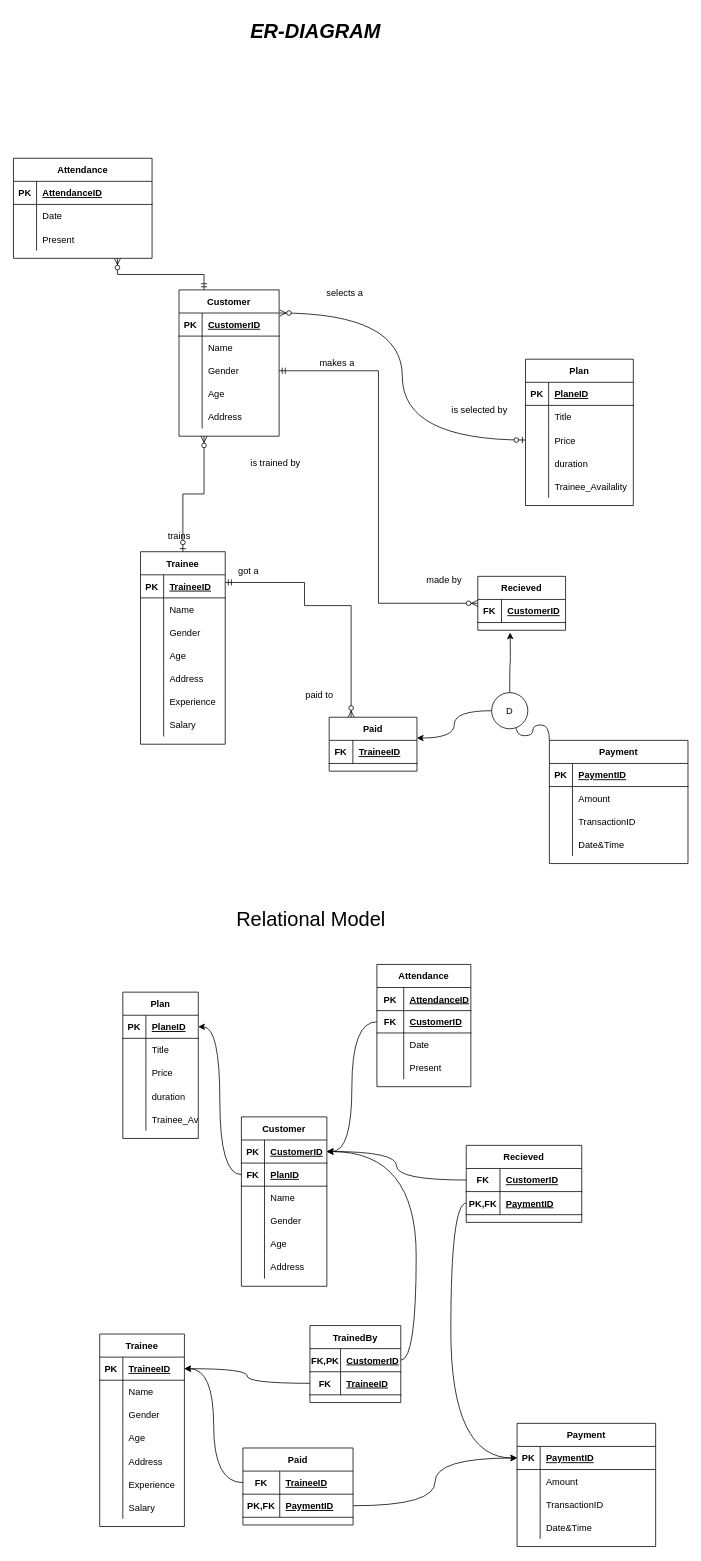
Earlier version of the draw.io diagram GYM-MANAGEMENT.drawio (Vishnu-yes-i-am/lapuchand). Source tidied: cells renumbered, new cells numbered last; positions are measured from the earlier drawing's top-left corner, leaving out a move shared by most shapes. Both pictures are drawn from the tidied source at 77%, with x=0, y=0 at pixel (13, 13).
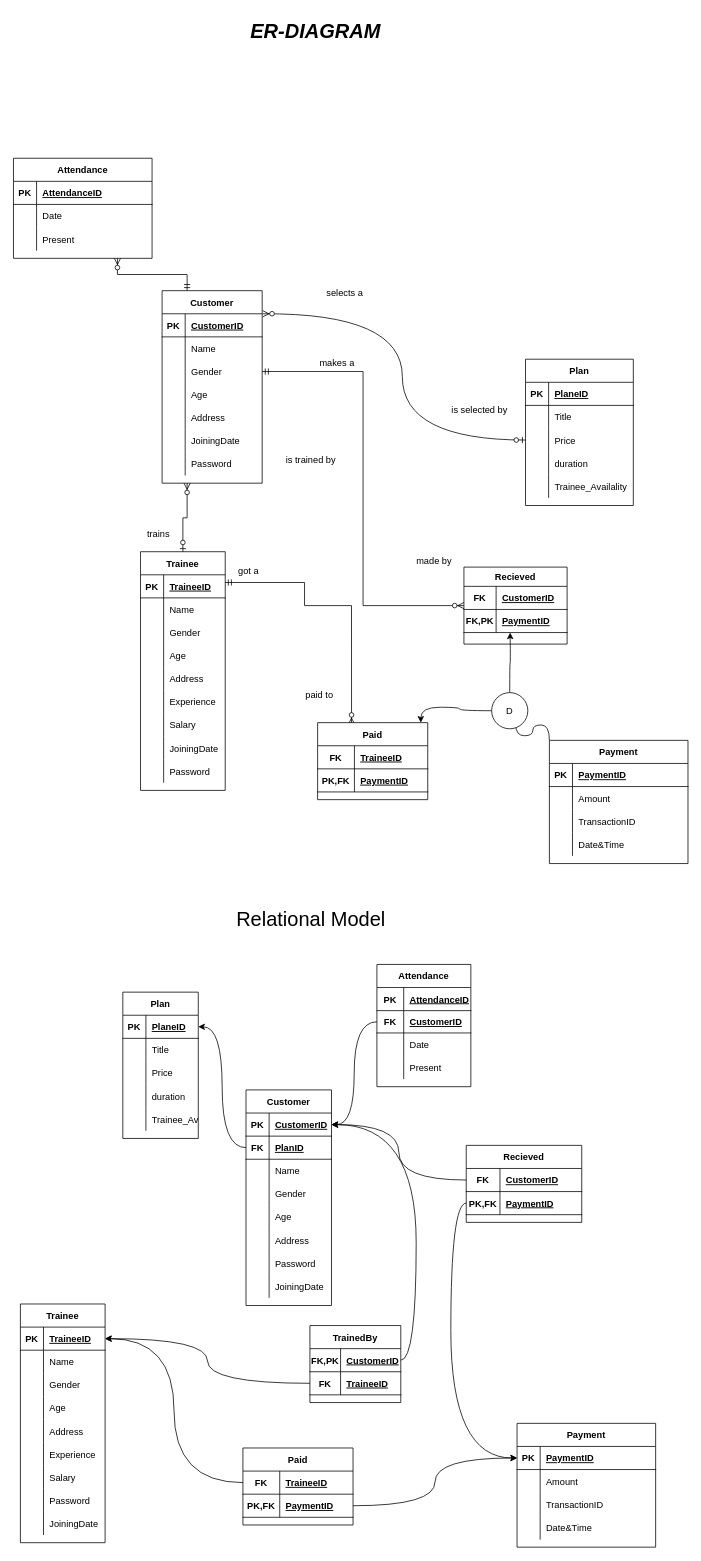
The same diagram, later.

Unchanged cells that the change refers to:
```xml
<mxCell id="161" value="D" style="ellipse;whiteSpace=wrap;html=1;rounded=0;" parent="1" vertex="1">
  <mxGeometry x="621" y="882" width="47" height="47" as="geometry" />
</mxCell>
```

What changed in the source:
```diff
@@
     <mxCell id="3" value="Customer" style="shape=table;startSize=30;childLayout=tableLayout;rowLines=0;fontStyle=1;align=center;" parent="1" vertex="1">
-      <mxGeometry x="215" y="359" width="130" height="190" as="geometry" />
+      <mxGeometry x="193" y="360" width="130" height="250" as="geometry" />
     </mxCell>
@@
+    <mxCell id="219" style="shape=tableRow;horizontal=0;startSize=0;swimlaneHead=0;swimlaneBody=0;fillColor=none;top=0;left=0;right=0;bottom=0;" parent="3" vertex="1">
+      <mxGeometry y="150" width="130" height="30" as="geometry" />
+    </mxCell>
+    <mxCell id="220" style="shape=partialRectangle;fillColor=none;top=0;left=0;bottom=0;right=0;overflow=hidden;" parent="219" vertex="1">
+      <mxGeometry width="30" height="30" as="geometry" />
+    </mxCell>
+    <mxCell id="221" value="Address" style="shape=partialRectangle;fillColor=none;top=0;left=0;bottom=0;right=0;align=left;spacingLeft=6;overflow=hidden;" parent="219" vertex="1">
+      <mxGeometry x="30" width="100" height="30" as="geometry" />
+    </mxCell>
+    <mxCell id="222" style="shape=tableRow;horizontal=0;startSize=0;swimlaneHead=0;swimlaneBody=0;fillColor=none;top=0;left=0;right=0;bottom=0;" parent="3" vertex="1">
+      <mxGeometry y="180" width="130" height="30" as="geometry" />
+    </mxCell>
+    <mxCell id="223" style="shape=partialRectangle;fillColor=none;top=0;left=0;bottom=0;right=0;overflow=hidden;" parent="222" vertex="1">
+      <mxGeometry width="30" height="30" as="geometry" />
+    </mxCell>
+    <mxCell id="224" value="JoiningDate" style="shape=partialRectangle;fillColor=none;top=0;left=0;bottom=0;right=0;align=left;spacingLeft=6;overflow=hidden;" parent="222" vertex="1">
+      <mxGeometry x="30" width="100" height="30" as="geometry" />
+    </mxCell>
     <mxCell id="16" style="shape=tableRow;horizontal=0;startSize=0;swimlaneHead=0;swimlaneBody=0;fillColor=none;top=0;left=0;right=0;bottom=0;" parent="3" vertex="1">
-      <mxGeometry y="150" width="130" height="30" as="geometry" />
+      <mxGeometry y="210" width="130" height="30" as="geometry" />
     </mxCell>
@@
-    <mxCell id="18" value="Address" style="shape=partialRectangle;fillColor=none;top=0;left=0;bottom=0;right=0;align=left;spacingLeft=6;overflow=hidden;" parent="16" vertex="1">
+    <mxCell id="18" value="Password" style="shape=partialRectangle;fillColor=none;top=0;left=0;bottom=0;right=0;align=left;spacingLeft=6;overflow=hidden;" parent="16" vertex="1">
       <mxGeometry x="30" width="100" height="30" as="geometry" />
     </mxCell>
@@
     <mxCell id="35" value="Trainee" style="shape=table;startSize=30;childLayout=tableLayout;rowLines=0;fontStyle=1;align=center;" parent="1" vertex="1">
-      <mxGeometry x="165" y="699" width="110" height="250" as="geometry" />
+      <mxGeometry x="165" y="699" width="110" height="310" as="geometry" />
     </mxCell>
@@
+    <mxCell id="225" style="shape=tableRow;horizontal=0;startSize=0;swimlaneHead=0;swimlaneBody=0;fillColor=none;top=0;left=0;right=0;bottom=0;" parent="35" vertex="1">
+      <mxGeometry y="210" width="110" height="30" as="geometry" />
+    </mxCell>
+    <mxCell id="226" style="shape=partialRectangle;fillColor=none;top=0;left=0;bottom=0;right=0;overflow=hidden;" parent="225" vertex="1">
+      <mxGeometry width="30" height="30" as="geometry" />
+    </mxCell>
+    <mxCell id="227" value="Salary" style="shape=partialRectangle;fillColor=none;top=0;left=0;bottom=0;right=0;align=left;spacingLeft=6;overflow=hidden;" parent="225" vertex="1">
+      <mxGeometry x="30" width="80" height="30" as="geometry" />
+    </mxCell>
+    <mxCell id="228" style="shape=tableRow;horizontal=0;startSize=0;swimlaneHead=0;swimlaneBody=0;fillColor=none;top=0;left=0;right=0;bottom=0;" parent="35" vertex="1">
+      <mxGeometry y="240" width="110" height="30" as="geometry" />
+    </mxCell>
+    <mxCell id="229" style="shape=partialRectangle;fillColor=none;top=0;left=0;bottom=0;right=0;overflow=hidden;" parent="228" vertex="1">
+      <mxGeometry width="30" height="30" as="geometry" />
+    </mxCell>
+    <mxCell id="230" value="JoiningDate" style="shape=partialRectangle;fillColor=none;top=0;left=0;bottom=0;right=0;align=left;spacingLeft=6;overflow=hidden;" parent="228" vertex="1">
+      <mxGeometry x="30" width="80" height="30" as="geometry" />
+    </mxCell>
     <mxCell id="54" style="shape=tableRow;horizontal=0;startSize=0;swimlaneHead=0;swimlaneBody=0;fillColor=none;top=0;left=0;right=0;bottom=0;" parent="35" vertex="1">
-      <mxGeometry y="210" width="110" height="30" as="geometry" />
+      <mxGeometry y="270" width="110" height="30" as="geometry" />
     </mxCell>
@@
-    <mxCell id="56" value="Salary" style="shape=partialRectangle;fillColor=none;top=0;left=0;bottom=0;right=0;align=left;spacingLeft=6;overflow=hidden;" parent="54" vertex="1">
+    <mxCell id="56" value="Password" style="shape=partialRectangle;fillColor=none;top=0;left=0;bottom=0;right=0;align=left;spacingLeft=6;overflow=hidden;" parent="54" vertex="1">
       <mxGeometry x="30" width="80" height="30" as="geometry" />
     </mxCell>
@@
     <mxCell id="61" value="trains" style="text;html=1;align=center;verticalAlign=middle;strokeColor=none;fillColor=none;" parent="1" vertex="1">
-      <mxGeometry x="190" y="664" width="50" height="30" as="geometry" />
+      <mxGeometry x="163" y="661" width="50" height="30" as="geometry" />
     </mxCell>
     <mxCell id="62" value="is trained by" style="text;html=1;align=center;verticalAlign=middle;strokeColor=none;fillColor=none;" parent="1" vertex="1">
-      <mxGeometry x="295" y="569" width="90" height="30" as="geometry" />
+      <mxGeometry x="340.5" y="565" width="90" height="30" as="geometry" />
     </mxCell>
@@
-    <mxCell id="79" style="edgeStyle=orthogonalEdgeStyle;fontSize=12;html=1;endArrow=ERzeroToMany;startArrow=ERmandOne;rounded=0;elbow=vertical;exitX=1;exitY=0.5;exitDx=0;exitDy=0;entryX=0.25;entryY=0;entryDx=0;entryDy=0;" parent="1" edge="1" target="155">
+    <mxCell id="79" style="edgeStyle=orthogonalEdgeStyle;fontSize=12;html=1;endArrow=ERzeroToMany;startArrow=ERmandOne;rounded=0;elbow=vertical;exitX=1;exitY=0.5;exitDx=0;exitDy=0;entryX=0.308;entryY=0.02;entryDx=0;entryDy=0;entryPerimeter=0;" parent="1" edge="1" target="155">
       <mxGeometry relative="1" as="geometry">
         <mxPoint x="275" y="739" as="sourcePoint" />
         <Array as="points">
           <mxPoint x="378" y="739" />
           <mxPoint x="378" y="769" />
           <mxPoint x="439" y="769" />
         </Array>
       </mxGeometry>
     </mxCell>
@@
     <mxCell id="82" value="made by" style="text;html=1;align=center;verticalAlign=middle;strokeColor=none;fillColor=none;" parent="1" vertex="1">
-      <mxGeometry x="524" y="721" width="70" height="30" as="geometry" />
+      <mxGeometry x="511" y="697" width="70" height="30" as="geometry" />
     </mxCell>
@@
     <mxCell id="94" value="Customer" style="shape=table;startSize=30;childLayout=tableLayout;rowLines=0;fontStyle=1;align=center;" parent="1" vertex="1">
-      <mxGeometry x="296" y="1433" width="111" height="220" as="geometry" />
+      <mxGeometry x="302" y="1398" width="111" height="280" as="geometry" />
     </mxCell>
@@
+    <mxCell id="231" style="shape=tableRow;horizontal=0;startSize=0;swimlaneHead=0;swimlaneBody=0;fillColor=none;top=0;left=0;right=0;bottom=0;" parent="94" vertex="1">
+      <mxGeometry y="210" width="111" height="30" as="geometry" />
+    </mxCell>
+    <mxCell id="232" style="shape=partialRectangle;fillColor=none;top=0;left=0;bottom=0;right=0;overflow=hidden;" parent="231" vertex="1">
+      <mxGeometry width="30" height="30" as="geometry" />
+    </mxCell>
+    <mxCell id="233" value="Password" style="shape=partialRectangle;fillColor=none;top=0;left=0;bottom=0;right=0;align=left;spacingLeft=6;overflow=hidden;" parent="231" vertex="1">
+      <mxGeometry x="30" width="81" height="30" as="geometry" />
+    </mxCell>
+    <mxCell id="234" style="shape=tableRow;horizontal=0;startSize=0;swimlaneHead=0;swimlaneBody=0;fillColor=none;top=0;left=0;right=0;bottom=0;" parent="94" vertex="1">
+      <mxGeometry y="240" width="111" height="30" as="geometry" />
+    </mxCell>
+    <mxCell id="235" style="shape=partialRectangle;fillColor=none;top=0;left=0;bottom=0;right=0;overflow=hidden;" parent="234" vertex="1">
+      <mxGeometry width="30" height="30" as="geometry" />
+    </mxCell>
+    <mxCell id="236" value="JoiningDate" style="shape=partialRectangle;fillColor=none;top=0;left=0;bottom=0;right=0;align=left;spacingLeft=6;overflow=hidden;" parent="234" vertex="1">
+      <mxGeometry x="30" width="81" height="30" as="geometry" />
+    </mxCell>
@@
-    <mxCell id="151" value="Recieved" style="shape=table;startSize=30;childLayout=tableLayout;rowLines=0;fontStyle=1;align=center;rounded=0;" parent="1" vertex="1">
-      <mxGeometry x="603" y="731" width="114" height="70" as="geometry" />
+    <mxCell id="151" value="Recieved" style="shape=table;startSize=25;childLayout=tableLayout;rowLines=0;fontStyle=1;align=center;rounded=0;" parent="1" vertex="1">
+      <mxGeometry x="585" y="719" width="134" height="100" as="geometry" />
     </mxCell>
     <mxCell id="152" style="shape=tableRow;horizontal=0;startSize=0;swimlaneHead=0;swimlaneBody=0;fillColor=none;top=0;left=0;right=0;bottom=1;rounded=0;" parent="151" vertex="1">
-      <mxGeometry y="30" width="114" height="30" as="geometry" />
+      <mxGeometry y="25" width="134" height="30" as="geometry" />
     </mxCell>
     <mxCell id="153" value="FK" style="shape=partialRectangle;fillColor=none;top=0;left=0;bottom=0;right=0;fontStyle=1;overflow=hidden;rounded=0;" parent="152" vertex="1">
-      <mxGeometry width="30.8" height="30" as="geometry" />
+      <mxGeometry width="41.8" height="30" as="geometry" />
     </mxCell>
     <mxCell id="154" value="CustomerID" style="shape=partialRectangle;fillColor=none;top=0;left=0;bottom=0;right=0;align=left;spacingLeft=6;fontStyle=5;overflow=hidden;rounded=0;" parent="152" vertex="1">
-      <mxGeometry x="30.8" width="83.2" height="30" as="geometry" />
+      <mxGeometry x="41.8" width="92.2" height="30" as="geometry" />
     </mxCell>
-    <mxCell id="155" value="Paid" style="shape=table;startSize=30;childLayout=tableLayout;rowLines=0;fontStyle=1;align=center;rounded=0;" parent="1" vertex="1">
-      <mxGeometry x="410" y="914" width="114" height="70" as="geometry" />
-    </mxCell>
-    <mxCell id="156" style="shape=tableRow;horizontal=0;startSize=0;swimlaneHead=0;swimlaneBody=0;fillColor=none;points=[[0,0.5],[1,0.5]];portConstraint=eastwest;top=0;left=0;right=0;bottom=1;rounded=0;" parent="155" vertex="1">
-      <mxGeometry y="30" width="114" height="30" as="geometry" />
-    </mxCell>
-    <mxCell id="157" value="FK" style="shape=partialRectangle;fillColor=none;top=0;left=0;bottom=0;right=0;fontStyle=1;overflow=hidden;rounded=0;" parent="156" vertex="1">
-      <mxGeometry width="30.8" height="30" as="geometry" />
-    </mxCell>
-    <mxCell id="158" value="TraineeID" style="shape=partialRectangle;fillColor=none;top=0;left=0;bottom=0;right=0;align=left;spacingLeft=6;fontStyle=5;overflow=hidden;rounded=0;" parent="156" vertex="1">
-      <mxGeometry x="30.8" width="83.2" height="30" as="geometry" />
-    </mxCell>
+    <mxCell id="237" style="shape=tableRow;horizontal=0;startSize=0;swimlaneHead=0;swimlaneBody=0;fillColor=none;top=0;left=0;right=0;bottom=1;rounded=0;" parent="151" vertex="1">
+      <mxGeometry y="55" width="134" height="30" as="geometry" />
+    </mxCell>
+    <mxCell id="238" value="FK,PK" style="shape=partialRectangle;fillColor=none;top=0;left=0;bottom=0;right=0;fontStyle=1;overflow=hidden;rounded=0;" parent="237" vertex="1">
+      <mxGeometry width="41.8" height="30" as="geometry" />
+    </mxCell>
+    <mxCell id="239" value="PaymentID" style="shape=partialRectangle;fillColor=none;top=0;left=0;bottom=0;right=0;align=left;spacingLeft=6;fontStyle=5;overflow=hidden;rounded=0;" parent="237" vertex="1">
+      <mxGeometry x="41.8" width="92.2" height="30" as="geometry" />
+    </mxCell>
@@
-    <mxCell id="160" style="edgeStyle=orthogonalEdgeStyle;curved=1;rounded=0;jettySize=auto;html=1;exitX=0;exitY=0.5;exitDx=0;exitDy=0;entryX=1;entryY=-0.1;entryDx=0;entryDy=0;entryPerimeter=0;" parent="1" edge="1" source="161" target="156">
+    <mxCell id="160" style="edgeStyle=orthogonalEdgeStyle;curved=1;rounded=0;jettySize=auto;html=1;exitX=0;exitY=0.5;exitDx=0;exitDy=0;entryX=0.937;entryY=0;entryDx=0;entryDy=0;entryPerimeter=0;" parent="1" edge="1" source="161" target="155">
       <mxGeometry relative="1" as="geometry" />
     </mxCell>
@@
     <mxCell id="177" value="Trainee" style="shape=table;startSize=30;childLayout=tableLayout;rowLines=0;fontStyle=1;align=center;" parent="1" vertex="1">
-      <mxGeometry x="112" y="1715" width="110" height="250" as="geometry" />
+      <mxGeometry x="9" y="1676" width="110" height="310" as="geometry" />
     </mxCell>
@@
+    <mxCell id="240" style="shape=tableRow;horizontal=0;startSize=0;swimlaneHead=0;swimlaneBody=0;fillColor=none;top=0;left=0;right=0;bottom=0;" parent="177" vertex="1">
+      <mxGeometry y="240" width="110" height="30" as="geometry" />
+    </mxCell>
+    <mxCell id="241" style="shape=partialRectangle;fillColor=none;top=0;left=0;bottom=0;right=0;overflow=hidden;" parent="240" vertex="1">
+      <mxGeometry width="30" height="30" as="geometry" />
+    </mxCell>
+    <mxCell id="242" value="Password" style="shape=partialRectangle;fillColor=none;top=0;left=0;bottom=0;right=0;align=left;spacingLeft=6;overflow=hidden;" parent="240" vertex="1">
+      <mxGeometry x="30" width="80" height="30" as="geometry" />
+    </mxCell>
+    <mxCell id="243" style="shape=tableRow;horizontal=0;startSize=0;swimlaneHead=0;swimlaneBody=0;fillColor=none;top=0;left=0;right=0;bottom=0;" parent="177" vertex="1">
+      <mxGeometry y="270" width="110" height="30" as="geometry" />
+    </mxCell>
+    <mxCell id="244" style="shape=partialRectangle;fillColor=none;top=0;left=0;bottom=0;right=0;overflow=hidden;" parent="243" vertex="1">
+      <mxGeometry width="30" height="30" as="geometry" />
+    </mxCell>
+    <mxCell id="245" value="JoiningDate" style="shape=partialRectangle;fillColor=none;top=0;left=0;bottom=0;right=0;align=left;spacingLeft=6;overflow=hidden;" parent="243" vertex="1">
+      <mxGeometry x="30" width="80" height="30" as="geometry" />
+    </mxCell>
@@
     <mxCell id="202" value="Payment" style="shape=table;startSize=30;childLayout=tableLayout;rowLines=0;fontStyle=1;align=center;" parent="1" vertex="1">
-      <mxGeometry x="654" y="1831" width="180" height="160" as="geometry" />
+      <mxGeometry x="654" y="1831" width="180" height="160.8" as="geometry" />
     </mxCell>
@@
     <mxCell id="212" style="shape=tableRow;horizontal=0;startSize=0;swimlaneHead=0;swimlaneBody=0;fillColor=none;top=0;left=0;right=0;bottom=0;" parent="202" vertex="1">
-      <mxGeometry y="120" width="180" height="30" as="geometry" />
+      <mxGeometry y="120" width="180" height="31" as="geometry" />
     </mxCell>
     <mxCell id="213" style="shape=partialRectangle;fillColor=none;top=0;left=0;bottom=0;right=0;overflow=hidden;" parent="212" vertex="1">
-      <mxGeometry width="30" height="30" as="geometry" />
+      <mxGeometry width="30" height="31" as="geometry" />
     </mxCell>
     <mxCell id="214" value="Date&amp;Time" style="shape=partialRectangle;fillColor=none;top=0;left=0;bottom=0;right=0;align=left;spacingLeft=6;overflow=hidden;" parent="212" vertex="1">
-      <mxGeometry x="30" width="150" height="30" as="geometry" />
+      <mxGeometry x="30" width="150" height="31" as="geometry" />
     </mxCell>
@@
+    <mxCell id="155" value="Paid" style="shape=table;startSize=30;childLayout=tableLayout;rowLines=0;fontStyle=1;align=center;rounded=0;" parent="1" vertex="1">
+      <mxGeometry x="395" y="921" width="143" height="100" as="geometry" />
+    </mxCell>
+    <mxCell id="246" style="shape=tableRow;horizontal=0;startSize=0;swimlaneHead=0;swimlaneBody=0;fillColor=none;top=0;left=0;right=0;bottom=1;rounded=0;" parent="155" vertex="1">
+      <mxGeometry y="30" width="143" height="30" as="geometry" />
+    </mxCell>
+    <mxCell id="157" value="FK" style="shape=partialRectangle;fillColor=none;top=0;left=0;bottom=0;right=0;fontStyle=1;overflow=hidden;rounded=0;" parent="246" vertex="1">
+      <mxGeometry width="47.8" height="30" as="geometry" />
+    </mxCell>
+    <mxCell id="158" value="TraineeID" style="shape=partialRectangle;fillColor=none;top=0;left=0;bottom=0;right=0;align=left;spacingLeft=6;fontStyle=5;overflow=hidden;rounded=0;" parent="246" vertex="1">
+      <mxGeometry x="47.8" width="95.2" height="30" as="geometry" />
+    </mxCell>
+    <mxCell id="247" style="shape=tableRow;horizontal=0;startSize=0;swimlaneHead=0;swimlaneBody=0;fillColor=none;top=0;left=0;right=0;bottom=1;" parent="155" vertex="1">
+      <mxGeometry y="60" width="143" height="30" as="geometry" />
+    </mxCell>
+    <mxCell id="248" value="PK,FK" style="shape=partialRectangle;fillColor=none;top=0;left=0;bottom=0;right=0;fontStyle=1;overflow=hidden;" parent="247" vertex="1">
+      <mxGeometry width="47.8" height="30" as="geometry" />
+    </mxCell>
+    <mxCell id="249" value="PaymentID" style="shape=partialRectangle;fillColor=none;top=0;left=0;bottom=0;right=0;align=left;spacingLeft=6;fontStyle=5;overflow=hidden;" parent="247" vertex="1">
+      <mxGeometry x="47.8" width="95.2" height="30" as="geometry" />
+    </mxCell>
```
